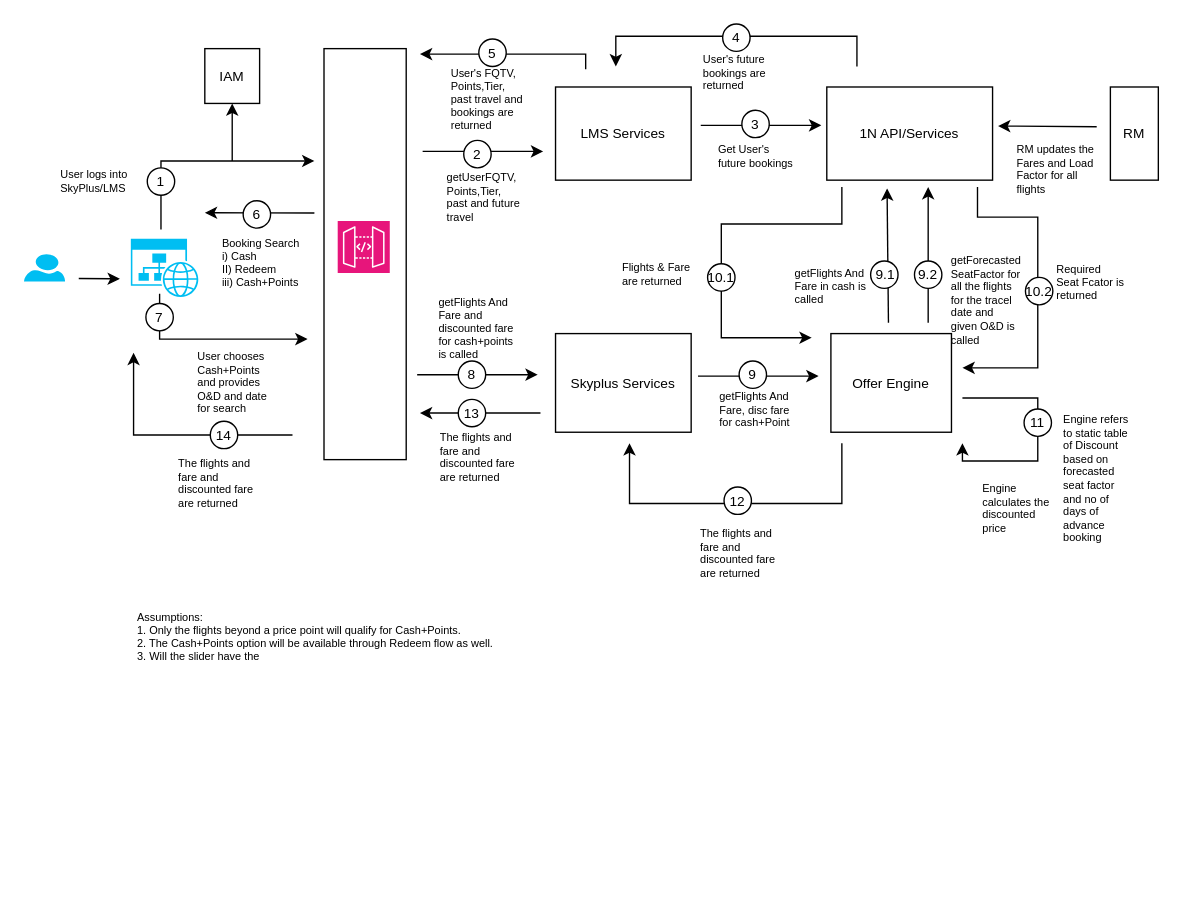
The draw.io diagram page "Page-1" (1 of 2) of Copy of Copy of LM Data Flow.drawio in nchauhan4/drawings, before the edit. Source tidied: cells renumbered, new cells numbered last; positions are measured from the earlier drawing's top-left corner, leaving out a move shared by most shapes. Both pictures are drawn from the tidied source at 137%, with x=0, y=0 at pixel (23, 23).
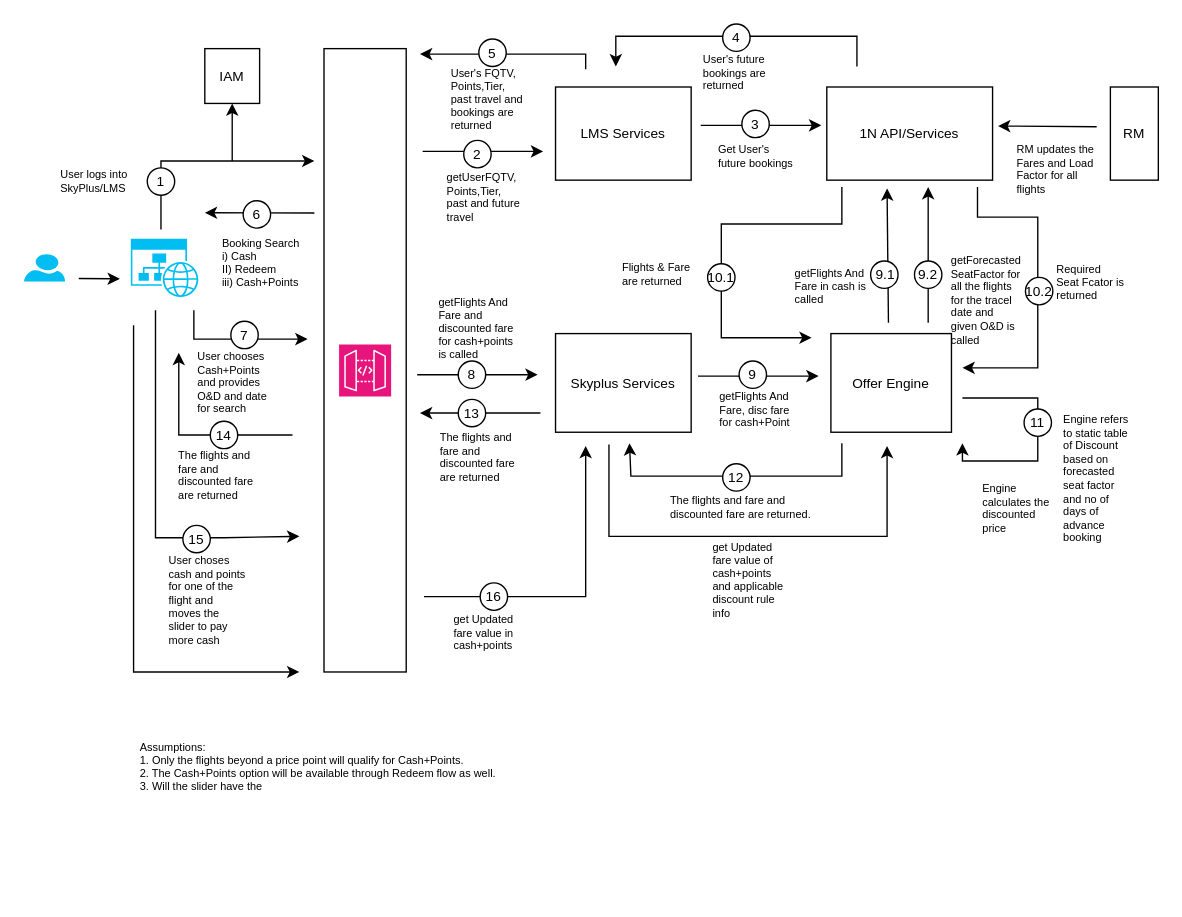
Above is the later version.

Change to the diagram source:
```diff
@@
     <mxCell id="4" style="rounded=0;whiteSpace=wrap;html=1;" parent="1" vertex="1">
-      <mxGeometry x="219" y="18" width="60" height="300" as="geometry" />
+      <mxGeometry x="219" y="18" width="60" height="455" as="geometry" />
     </mxCell>
@@
     <mxCell id="6" style="sketch=0;fontColor=#232F3E;fillColor=#E7157B;strokeColor=#ffffff;dashed=0;verticalLabelPosition=bottom;verticalAlign=top;align=center;html=1;fontSize=12;fontStyle=0;shape=mxgraph.aws4.resourceIcon;resIcon=mxgraph.aws4.api_gateway;" parent="1" vertex="1">
-      <mxGeometry x="229" y="143.8" width="38" height="38" as="geometry" />
+      <mxGeometry x="230" y="234" width="38" height="38" as="geometry" />
     </mxCell>
@@
     <mxCell id="18" style="endArrow=classic;html=1;rounded=0;" parent="1" edge="1">
       <mxGeometry relative="1" as="geometry">
-        <mxPoint x="99" y="197" as="sourcePoint" />
+        <mxPoint x="124" y="209" as="sourcePoint" />
         <mxPoint x="207" y="230" as="targetPoint" />
         <Array as="points">
-          <mxPoint x="99" y="230" />
+          <mxPoint x="124" y="230" />
         </Array>
       </mxGeometry>
     </mxCell>
     <mxCell id="19" style="ellipse;whiteSpace=wrap;html=1;" parent="1" vertex="1">
-      <mxGeometry x="89" y="204" width="20" height="20" as="geometry" />
+      <mxGeometry x="151" y="217" width="20" height="20" as="geometry" />
     </mxCell>
     <mxCell id="20" value="&lt;font style=&quot;font-size: 10px;&quot;&gt;7&lt;/font&gt;" style="text;html=1;strokeColor=none;fillColor=none;align=center;verticalAlign=middle;whiteSpace=wrap;rounded=0;" parent="1" vertex="1">
-      <mxGeometry x="84" y="204" width="30" height="20" as="geometry" />
+      <mxGeometry x="146" y="217" width="30" height="20" as="geometry" />
     </mxCell>
@@
     <mxCell id="68" style="endArrow=classic;html=1;rounded=0;" parent="1" edge="1">
       <mxGeometry relative="1" as="geometry">
         <mxPoint x="597" y="306" as="sourcePoint" />
         <mxPoint x="442" y="306" as="targetPoint" />
         <Array as="points">
-          <mxPoint x="597" y="350" />
-          <mxPoint x="442" y="350" />
+          <mxPoint x="597" y="330" />
+          <mxPoint x="520" y="330" />
+          <mxPoint x="443" y="330" />
         </Array>
       </mxGeometry>
     </mxCell>
     <mxCell id="69" style="ellipse;whiteSpace=wrap;html=1;" parent="1" vertex="1">
-      <mxGeometry x="511" y="338" width="20" height="20" as="geometry" />
+      <mxGeometry x="510" y="321" width="20" height="20" as="geometry" />
     </mxCell>
     <mxCell id="70" value="&lt;font style=&quot;font-size: 10px;&quot;&gt;12&lt;/font&gt;" style="text;html=1;strokeColor=none;fillColor=none;align=center;verticalAlign=middle;whiteSpace=wrap;rounded=0;" parent="1" vertex="1">
-      <mxGeometry x="506" y="338" width="30" height="20" as="geometry" />
+      <mxGeometry x="505" y="321" width="30" height="20" as="geometry" />
     </mxCell>
-    <mxCell id="71" value="The flights and fare and discounted fare are returned" style="text;html=1;strokeColor=none;fillColor=none;align=left;verticalAlign=top;whiteSpace=wrap;rounded=0;fontSize=8;" parent="1" vertex="1">
-      <mxGeometry x="491.8" y="361" width="58.5" height="33" as="geometry" />
+    <mxCell id="71" value="The flights and fare and discounted fare are returned." style="text;html=1;strokeColor=none;fillColor=none;align=left;verticalAlign=top;whiteSpace=wrap;rounded=0;fontSize=8;" parent="1" vertex="1">
+      <mxGeometry x="470.4" y="337" width="105.2" height="32" as="geometry" />
     </mxCell>
@@
     <mxCell id="75" style="endArrow=classic;html=1;rounded=0;" parent="1" edge="1">
       <mxGeometry relative="1" as="geometry">
         <mxPoint x="196" y="300" as="sourcePoint" />
-        <mxPoint x="80" y="240" as="targetPoint" />
+        <mxPoint x="113" y="240" as="targetPoint" />
         <Array as="points">
           <mxPoint x="163" y="300" />
-          <mxPoint x="80" y="300" />
+          <mxPoint x="113" y="300" />
         </Array>
       </mxGeometry>
     </mxCell>
@@
     <mxCell id="82" value="Assumptions:&lt;br&gt;1. Only the flights beyond a price point will qualify for Cash+Points.&lt;br&gt;2. The Cash+Points option will be available through Redeem flow as well.&lt;br&gt;3. Will the slider have the&amp;nbsp;" style="text;html=1;strokeColor=none;fillColor=none;align=left;verticalAlign=top;whiteSpace=wrap;rounded=0;fontSize=8;" parent="1" vertex="1">
-      <mxGeometry x="80.8" y="422" width="275.2" height="117" as="geometry" />
+      <mxGeometry x="83" y="517" width="275.2" height="117" as="geometry" />
     </mxCell>
@@
     <mxCell id="84" value="The flights and fare and discounted fare are returned" style="text;html=1;strokeColor=none;fillColor=none;align=left;verticalAlign=top;whiteSpace=wrap;rounded=0;fontSize=8;" parent="1" vertex="1">
-      <mxGeometry x="110.8" y="310" width="58.5" height="33" as="geometry" />
+      <mxGeometry x="110.8" y="304" width="58.5" height="33" as="geometry" />
     </mxCell>
+    <mxCell id="85" style="endArrow=classic;html=1;rounded=0;" parent="1" edge="1">
+      <mxGeometry relative="1" as="geometry">
+        <mxPoint x="96" y="209" as="sourcePoint" />
+        <mxPoint x="201" y="374" as="targetPoint" />
+        <Array as="points">
+          <mxPoint x="96" y="375" />
+          <mxPoint x="146" y="375" />
+        </Array>
+      </mxGeometry>
+    </mxCell>
+    <mxCell id="86" value="User choses&amp;nbsp; cash and points for one of the flight and moves the slider to pay more cash" style="text;html=1;strokeColor=none;fillColor=none;align=left;verticalAlign=top;whiteSpace=wrap;rounded=0;fontSize=8;" parent="1" vertex="1">
+      <mxGeometry x="103.8" y="381" width="58.5" height="57" as="geometry" />
+    </mxCell>
+    <mxCell id="87" style="ellipse;whiteSpace=wrap;html=1;" parent="1" vertex="1">
+      <mxGeometry x="116" y="366" width="20" height="20" as="geometry" />
+    </mxCell>
+    <mxCell id="88" value="&lt;font style=&quot;font-size: 10px;&quot;&gt;15&lt;/font&gt;" style="text;html=1;strokeColor=none;fillColor=none;align=center;verticalAlign=middle;whiteSpace=wrap;rounded=0;" parent="1" vertex="1">
+      <mxGeometry x="111" y="366" width="30" height="20" as="geometry" />
+    </mxCell>
+    <mxCell id="89" style="endArrow=classic;html=1;rounded=0;" parent="1" edge="1">
+      <mxGeometry relative="1" as="geometry">
+        <mxPoint x="80" y="220" as="sourcePoint" />
+        <mxPoint x="201" y="473" as="targetPoint" />
+        <Array as="points">
+          <mxPoint x="80" y="473" />
+          <mxPoint x="135" y="473" />
+        </Array>
+      </mxGeometry>
+    </mxCell>
+    <mxCell id="90" style="endArrow=classic;html=1;rounded=0;" parent="1" edge="1">
+      <mxGeometry relative="1" as="geometry">
+        <mxPoint x="292" y="418" as="sourcePoint" />
+        <mxPoint x="410" y="308" as="targetPoint" />
+        <Array as="points">
+          <mxPoint x="410" y="418" />
+        </Array>
+      </mxGeometry>
+    </mxCell>
+    <mxCell id="91" style="ellipse;whiteSpace=wrap;html=1;" parent="1" vertex="1">
+      <mxGeometry x="333" y="408" width="20" height="20" as="geometry" />
+    </mxCell>
+    <mxCell id="92" value="&lt;font style=&quot;font-size: 10px;&quot;&gt;16&lt;/font&gt;" style="text;html=1;strokeColor=none;fillColor=none;align=center;verticalAlign=middle;whiteSpace=wrap;rounded=0;" parent="1" vertex="1">
+      <mxGeometry x="328" y="408" width="30" height="20" as="geometry" />
+    </mxCell>
+    <mxCell id="93" value="get Updated fare value in cash+points" style="text;html=1;strokeColor=none;fillColor=none;align=left;verticalAlign=top;whiteSpace=wrap;rounded=0;fontSize=8;" parent="1" vertex="1">
+      <mxGeometry x="311.8" y="424" width="58.5" height="38" as="geometry" />
+    </mxCell>
+    <mxCell id="94" style="endArrow=classic;html=1;rounded=0;" parent="1" edge="1">
+      <mxGeometry relative="1" as="geometry">
+        <mxPoint x="427" y="307" as="sourcePoint" />
+        <mxPoint x="630" y="308" as="targetPoint" />
+        <Array as="points">
+          <mxPoint x="427" y="374" />
+          <mxPoint x="531" y="374" />
+          <mxPoint x="608" y="374" />
+          <mxPoint x="630" y="374" />
+        </Array>
+      </mxGeometry>
+    </mxCell>
+    <mxCell id="95" value="get Updated fare value of cash+points and applicable discount rule info" style="text;html=1;strokeColor=none;fillColor=none;align=left;verticalAlign=top;whiteSpace=wrap;rounded=0;fontSize=8;" parent="1" vertex="1">
+      <mxGeometry x="500.8" y="371" width="58.5" height="79" as="geometry" />
+    </mxCell>
```
